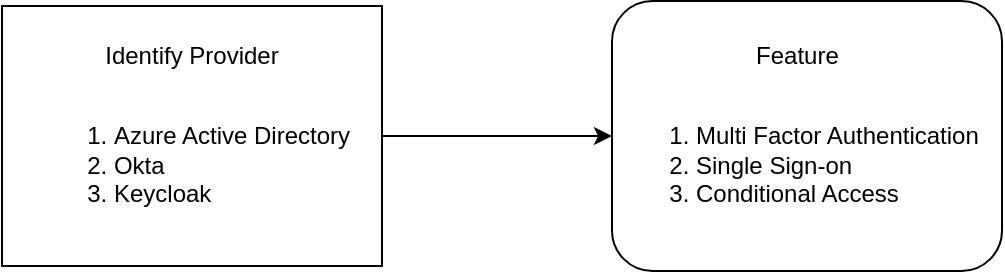
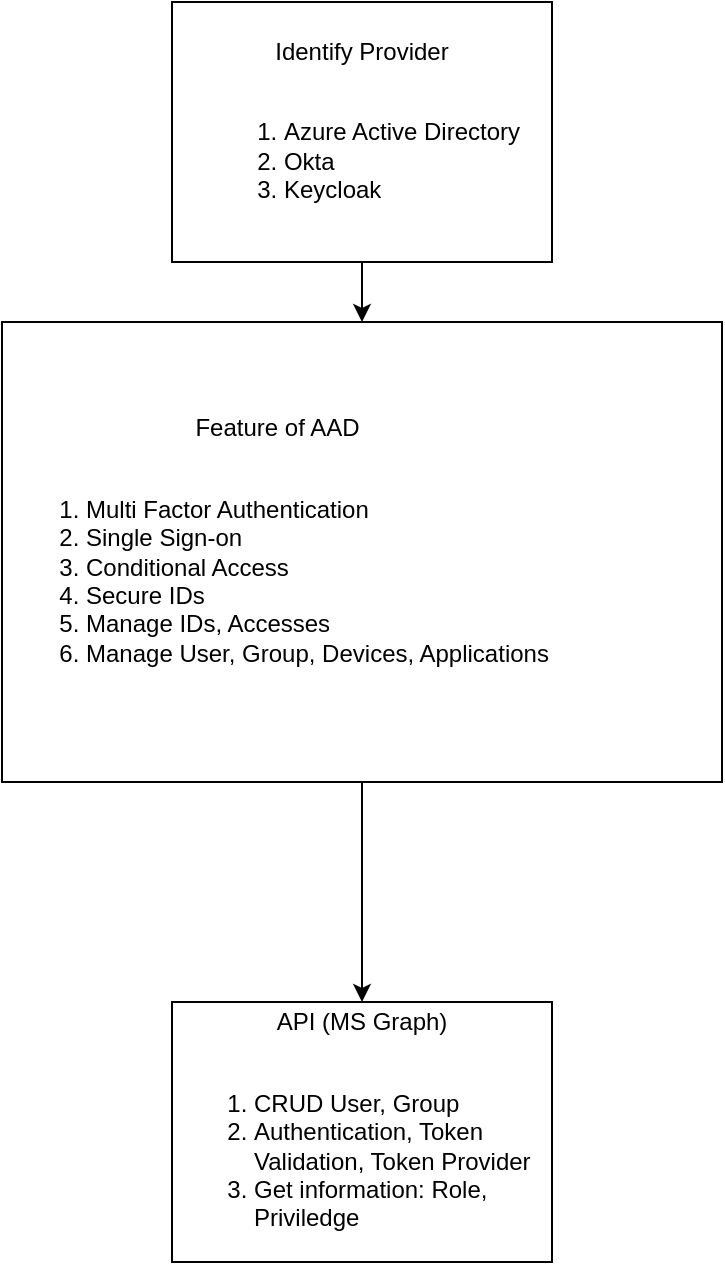
<mxfile host="app.diagrams.net" agent="Mozilla/5.0 (Macintosh; Intel Mac OS X 10_15_7) AppleWebKit/537.36 (KHTML, like Gecko) Chrome/131.0.0.0 Safari/537.36" version="25.0.1">
  <diagram id="Ht1M8jgEwFfnCIfOTk4-" name="Page-1">
    <mxGraphModel dx="1886" dy="1588" grid="1" gridSize="10" guides="1" tooltips="1" connect="1" arrows="1" fold="1" page="1" pageScale="1" pageWidth="1169" pageHeight="827" math="0" shadow="0">
      <root>
        <mxCell id="0" />
        <mxCell id="1" parent="0" />
        <mxCell id="lTtix9caF7AGYvuhCAnX-8" value="" style="edgeStyle=orthogonalEdgeStyle;rounded=0;orthogonalLoop=1;jettySize=auto;html=1;" edge="1" parent="1" source="lTtix9caF7AGYvuhCAnX-6" target="lTtix9caF7AGYvuhCAnX-7">
          <mxGeometry relative="1" as="geometry" />
        </mxCell>
        <mxCell id="lTtix9caF7AGYvuhCAnX-6" value="Identify Provider&lt;br&gt;&lt;br&gt;&lt;div style=&quot;text-align: left;&quot;&gt;&lt;ol&gt;&lt;li&gt;&lt;span style=&quot;background-color: initial;&quot;&gt;Azure Active Directory&lt;/span&gt;&lt;/li&gt;&lt;li&gt;Okta&lt;/li&gt;&lt;li&gt;Keycloak&lt;/li&gt;&lt;/ol&gt;&lt;/div&gt;" style="whiteSpace=wrap;html=1;" vertex="1" parent="1">
-           <mxGeometry x="30" y="-730" width="190" height="130" as="geometry" />
+           <mxGeometry x="125" y="-800" width="190" height="130" as="geometry" />
        </mxCell>
-         <mxCell id="lTtix9caF7AGYvuhCAnX-7" value="&lt;div style=&quot;text-align: center;&quot;&gt;&lt;span style=&quot;background-color: initial;&quot;&gt;Feature&lt;/span&gt;&lt;/div&gt;&lt;div&gt;&lt;br&gt;&lt;div&gt;&lt;ol&gt;&lt;li&gt;Multi Factor Authentication&lt;/li&gt;&lt;li&gt;Single Sign-on&lt;/li&gt;&lt;li&gt;Conditional Access&lt;/li&gt;&lt;/ol&gt;&lt;/div&gt;&lt;/div&gt;" style="rounded=1;whiteSpace=wrap;html=1;align=left;" vertex="1" parent="1">
-           <mxGeometry x="335" y="-732.5" width="195" height="135" as="geometry" />
+         <mxCell id="lTtix9caF7AGYvuhCAnX-12" style="edgeStyle=orthogonalEdgeStyle;rounded=0;orthogonalLoop=1;jettySize=auto;html=1;" edge="1" parent="1" source="lTtix9caF7AGYvuhCAnX-7" target="lTtix9caF7AGYvuhCAnX-10">
+           <mxGeometry relative="1" as="geometry" />
+         </mxCell>
+         <mxCell id="lTtix9caF7AGYvuhCAnX-7" value="&lt;div style=&quot;text-align: center;&quot;&gt;&lt;span style=&quot;background-color: initial;&quot;&gt;Feature of AAD&lt;/span&gt;&lt;/div&gt;&lt;div&gt;&lt;br&gt;&lt;div&gt;&lt;ol&gt;&lt;li&gt;Multi Factor Authentication&lt;/li&gt;&lt;li&gt;Single Sign-on&lt;/li&gt;&lt;li&gt;Conditional Access&lt;/li&gt;&lt;li&gt;Secure IDs&lt;/li&gt;&lt;li&gt;Manage IDs, Accesses&lt;/li&gt;&lt;li&gt;Manage User, Group, Devices, Applications&lt;/li&gt;&lt;/ol&gt;&lt;/div&gt;&lt;/div&gt;" style="rounded=1;whiteSpace=wrap;html=1;align=left;arcSize=0;direction=west;" vertex="1" parent="1">
+           <mxGeometry x="40" y="-640" width="360" height="230" as="geometry" />
+         </mxCell>
+         <mxCell id="lTtix9caF7AGYvuhCAnX-10" value="API (MS Graph)&lt;br&gt;&lt;br&gt;&lt;div style=&quot;text-align: left;&quot;&gt;&lt;ol&gt;&lt;li&gt;CRUD User, Group&lt;/li&gt;&lt;li&gt;Authentication, Token Validation, Token Provider&lt;/li&gt;&lt;li&gt;Get information: Role, Priviledge&lt;/li&gt;&lt;/ol&gt;&lt;/div&gt;" style="whiteSpace=wrap;html=1;" vertex="1" parent="1">
+           <mxGeometry x="125" y="-300" width="190" height="130" as="geometry" />
        </mxCell>
      </root>
    </mxGraphModel>
  </diagram>
</mxfile>
